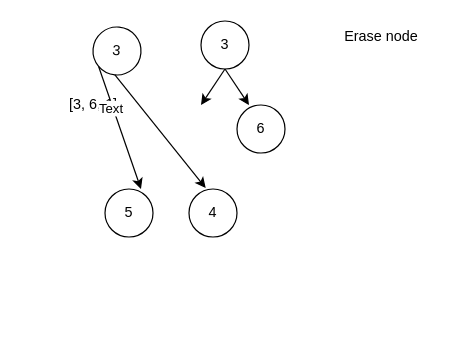
The draw.io diagram heaps/Untitled.drawio in Ada-C15/heaps, before the edit. Source tidied: cells renumbered, new cells numbered last; positions are measured from the earlier drawing's top-left corner, leaving out a move shared by most shapes. Both pictures are drawn from the tidied source at 120%, with x=0, y=0 at pixel (56, 20).
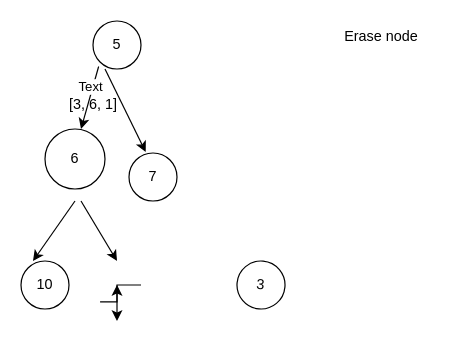
The same diagram, later.

The edit, as a diff of the source:
```diff
@@
-    <mxCell id="3" value="3" style="ellipse;whiteSpace=wrap;html=1;" parent="1" vertex="1">
-      <mxGeometry x="120" width="40" height="40" as="geometry" />
+    <mxCell id="3" value="10" style="ellipse;whiteSpace=wrap;html=1;" parent="1" vertex="1">
+      <mxGeometry x="-30" y="200" width="40" height="40" as="geometry" />
     </mxCell>
-    <mxCell id="4" style="endArrow=classic;html=1;exitX=0.5;exitY=1;exitDx=0;exitDy=0;" parent="1" edge="1" source="3">
-      <mxGeometry relative="1" as="geometry">
-        <mxPoint x="160" y="70" as="targetPoint" />
-      </mxGeometry>
-    </mxCell>
-    <mxCell id="5" value="3" style="ellipse;whiteSpace=wrap;html=1;rotation=5;" parent="1" vertex="1">
-      <mxGeometry x="30" y="5" width="40" height="40" as="geometry" />
-    </mxCell>
-    <mxCell id="6" style="endArrow=classic;html=1;exitX=0.5;exitY=1;exitDx=0;exitDy=0;" parent="1" edge="1">
+    <mxCell id="6" style="endArrow=classic;html=1;" parent="1" edge="1">
       <mxGeometry relative="1" as="geometry">
-        <mxPoint x="140" y="40" as="sourcePoint" />
-        <mxPoint x="120" y="70" as="targetPoint" />
+        <mxPoint x="15" y="150" as="sourcePoint" />
+        <mxPoint x="-20" y="200" as="targetPoint" />
       </mxGeometry>
     </mxCell>
-    <mxCell id="7" value="6" style="ellipse;whiteSpace=wrap;html=1;" parent="1" vertex="1">
-      <mxGeometry x="150" y="70" width="40" height="40" as="geometry" />
-    </mxCell>
+    <mxCell id="14" style="edgeStyle=orthogonalEdgeStyle;rounded=0;orthogonalLoop=1;jettySize=auto;html=1;exitX=1;exitY=0.5;exitDx=0;exitDy=0;" parent="1" edge="1">
+      <mxGeometry relative="1" as="geometry">
+        <mxPoint x="70" y="220" as="sourcePoint" />
+        <mxPoint x="50" y="250" as="targetPoint" />
+      </mxGeometry>
+    </mxCell>
+    <mxCell id="15" style="edgeStyle=orthogonalEdgeStyle;rounded=0;orthogonalLoop=1;jettySize=auto;html=1;exitX=0;exitY=1;exitDx=0;exitDy=0;" parent="1" edge="1">
+      <mxGeometry relative="1" as="geometry">
+        <mxPoint x="35.9" y="234.1" as="sourcePoint" />
+        <mxPoint x="50" y="220" as="targetPoint" />
+      </mxGeometry>
+    </mxCell>
     <mxCell id="8" value="5" style="ellipse;whiteSpace=wrap;html=1;" parent="1" vertex="1">
-      <mxGeometry x="40" y="140" width="40" height="40" as="geometry" />
+      <mxGeometry x="30" width="40" height="40" as="geometry" />
     </mxCell>
-    <mxCell id="9" style="endArrow=classic;html=1;exitX=0;exitY=1;exitDx=0;exitDy=0;" parent="1" edge="1" source="5">
+    <mxCell id="9" style="endArrow=classic;html=1;exitX=0;exitY=1;exitDx=0;exitDy=0;" parent="1" edge="1">
       <mxGeometry relative="1" as="geometry">
-        <mxPoint x="70" y="140" as="targetPoint" />
+        <mxPoint x="34.7" y="37.9" as="sourcePoint" />
+        <mxPoint x="20" y="90" as="targetPoint" />
       </mxGeometry>
     </mxCell>
@@
-    <mxCell id="11" style="endArrow=classic;html=1;exitX=0.5;exitY=1;exitDx=0;exitDy=0;entryX=0.348;entryY=-0.02;entryDx=0;entryDy=0;entryPerimeter=0;" parent="1" edge="1" source="5" target="12">
-      <mxGeometry relative="1" as="geometry" />
+    <mxCell id="11" style="endArrow=classic;html=1;entryX=0.348;entryY=-0.02;entryDx=0;entryDy=0;entryPerimeter=0;" parent="1" edge="1" target="12">
+      <mxGeometry relative="1" as="geometry">
+        <mxPoint x="40" y="40" as="sourcePoint" />
+      </mxGeometry>
     </mxCell>
-    <mxCell id="12" value="4" style="ellipse;whiteSpace=wrap;html=1;" parent="1" vertex="1">
-      <mxGeometry x="110" y="140" width="40" height="40" as="geometry" />
+    <mxCell id="12" value="7" style="ellipse;whiteSpace=wrap;html=1;" parent="1" vertex="1">
+      <mxGeometry x="60" y="110" width="40" height="40" as="geometry" />
     </mxCell>
@@
+    <mxCell id="16" style="endArrow=classic;html=1;entryX=0.5;entryY=0;entryDx=0;entryDy=0;" parent="1" edge="1">
+      <mxGeometry x="0.44" y="2" relative="1" as="geometry">
+        <mxPoint x="20" y="150" as="sourcePoint" />
+        <mxPoint x="50" y="200" as="targetPoint" />
+      </mxGeometry>
+    </mxCell>
+    <mxCell id="7" value="6" style="ellipse;whiteSpace=wrap;html=1;" parent="1" vertex="1">
+      <mxGeometry x="-10" y="90" width="50" height="50" as="geometry" />
+    </mxCell>
+    <mxCell id="5" value="3" style="ellipse;whiteSpace=wrap;html=1;rotation=5;" parent="1" vertex="1">
+      <mxGeometry x="150" y="200" width="40" height="40" as="geometry" />
+    </mxCell>
```
